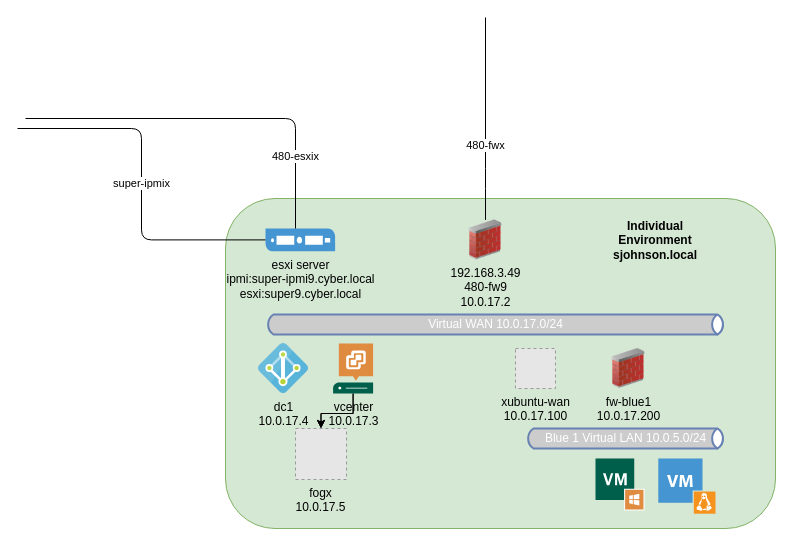
The draw.io diagram page "Class" (1 of 2) of Copy of 480-Fall21Network.drawio in ArtTHEbard/SYS480, before the edit. Source tidied: cells renumbered, new cells numbered last; positions are measured from the earlier drawing's top-left corner, leaving out a move shared by most shapes. Both pictures are drawn from the tidied source at 100%, with x=0, y=0 at pixel (17, 17). Pictures stored in the file or linked from it are replaced by grey dashed boxes.
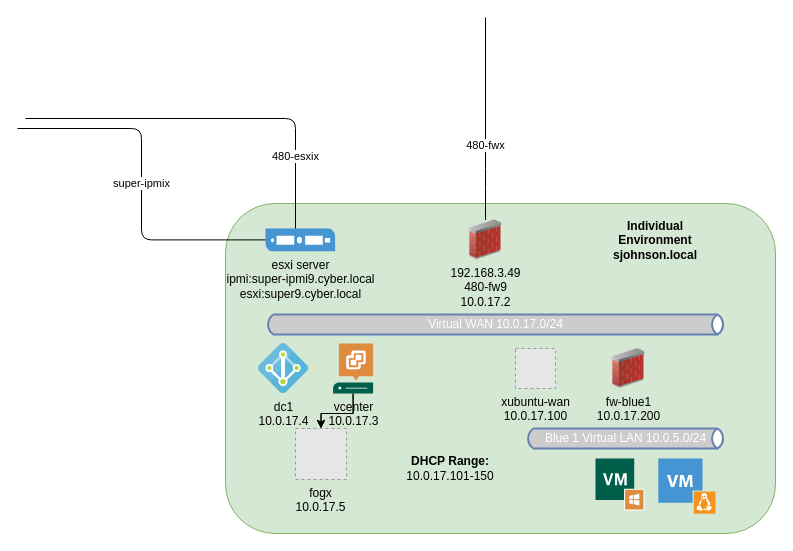
The same diagram, later.

Diff of the diagram source:
```diff
@@
     <mxCell id="2" style="rounded=1;whiteSpace=wrap;html=1;fillColor=#d5e8d4;strokeColor=#82b366;" parent="1" vertex="1">
-      <mxGeometry x="208" y="181" width="550" height="330" as="geometry" />
+      <mxGeometry x="208" y="186" width="550" height="330" as="geometry" />
     </mxCell>
@@
+    <mxCell id="20" value="&lt;b&gt;DHCP Range:&lt;/b&gt;&lt;br&gt;10.0.17.101-150" style="text;html=1;strokeColor=none;fillColor=none;align=center;verticalAlign=middle;whiteSpace=wrap;rounded=0;" parent="1" vertex="1">
+      <mxGeometry x="378" y="441" width="110" height="20" as="geometry" />
+    </mxCell>
```
